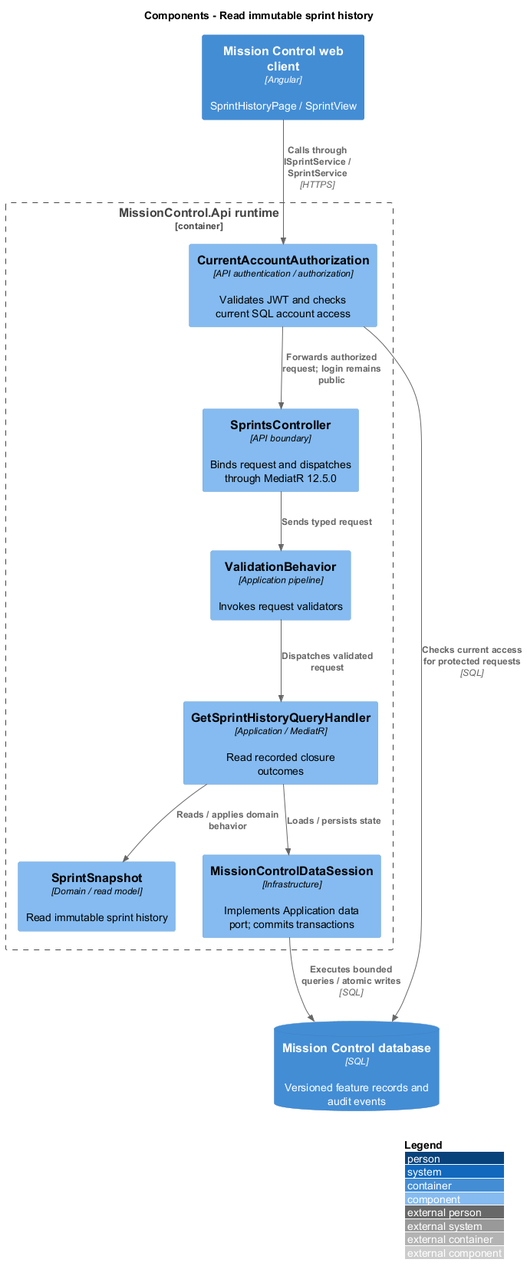
This is docs/detailed-designs/scrum/read-sprint-history/diagrams/c4-component.png from QuinntyneBrown/mission-control, a PlantUML export, as it was before one commit. Its diagram source:
```plantuml
@startuml
!include <C4/C4_Component>
LAYOUT_WITH_LEGEND()
title Components - Read immutable sprint history
Container(web, "Mission Control web client", "Angular", "SprintHistoryPage / SprintView")
ContainerDb(db, "Mission Control database", "SQL", "Versioned feature records and audit events")
Container_Boundary(api, "MissionControl.Api runtime") {
  Component(ctrl, "SprintsController", "API boundary", "Binds request and dispatches through MediatR 12.5.0")
  Component(access, "CurrentAccountAuthorization", "API authentication / authorization", "Validates JWT and checks current SQL account access")
  Component(validation, "ValidationBehavior", "Application pipeline", "Invokes request validators")
  Component(entity, "SprintSnapshot", "Domain / read model", "Read immutable sprint history")
  Component(store, "MissionControlDataSession", "Infrastructure", "Implements Application data port; commits transactions")
Rel(web, access, "Calls through ISprintService / SprintService", "HTTPS")
Rel(access, db, "Checks current access for protected requests", "SQL")
Rel(access, ctrl, "Forwards authorized request; login remains public")
Rel(ctrl, validation, "Sends typed request")
Component(h0, "GetSprintHistoryQueryHandler", "Application / MediatR", "Read recorded closure outcomes")
Rel(validation, h0, "Dispatches validated request")
Rel(h0, entity, "Reads / applies domain behavior")
Rel(h0, store, "Loads / persists state")
}
Rel(store, db, "Executes bounded queries / atomic writes", "SQL")
@enduml
```
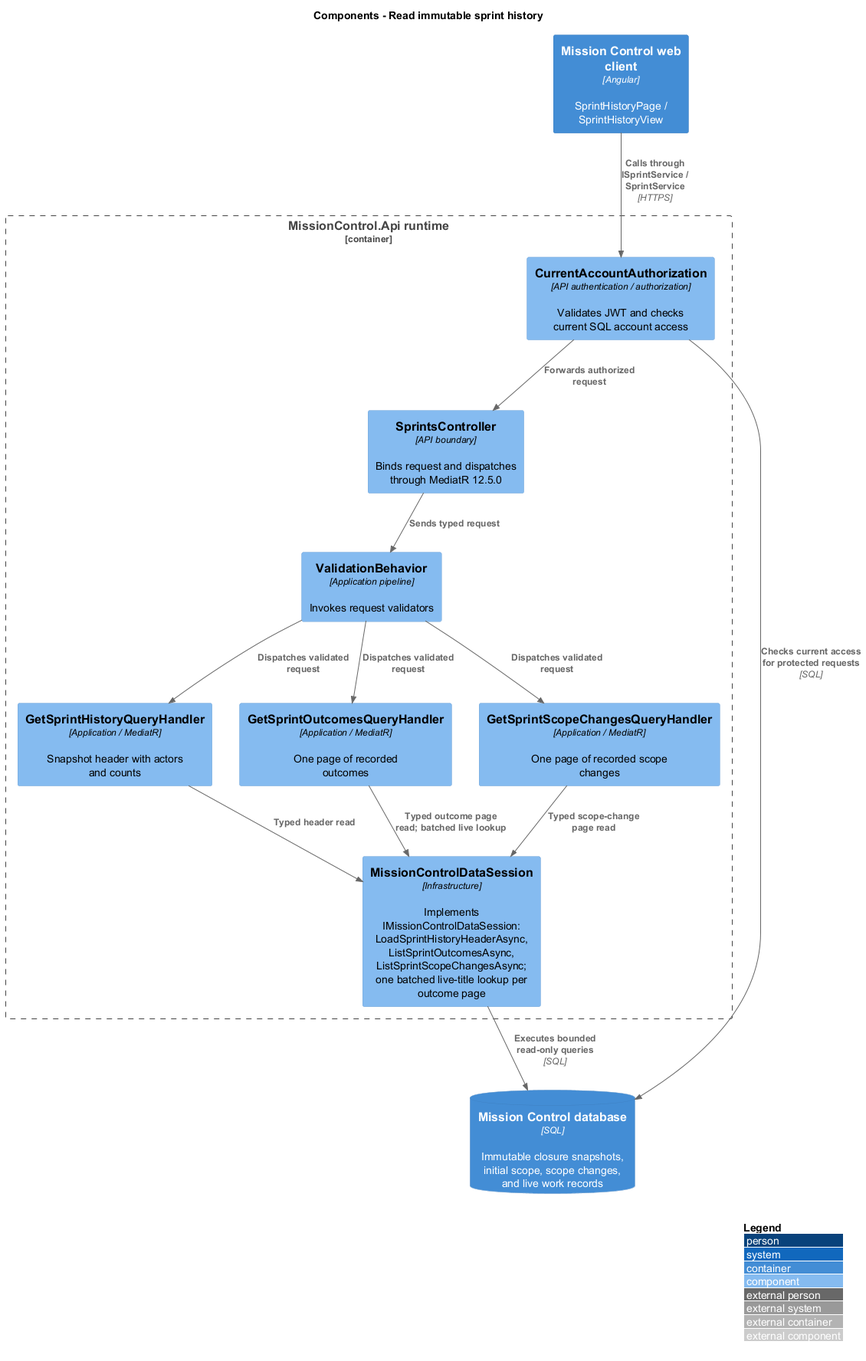
The same diagram one commit later.

Diff of the diagram source:
```diff
@@ -2,22 +2,26 @@
 !include <C4/C4_Component>
 LAYOUT_WITH_LEGEND()
 title Components - Read immutable sprint history
-Container(web, "Mission Control web client", "Angular", "SprintHistoryPage / SprintView")
-ContainerDb(db, "Mission Control database", "SQL", "Versioned feature records and audit events")
+Container(web, "Mission Control web client", "Angular", "SprintHistoryPage / SprintHistoryView")
+ContainerDb(db, "Mission Control database", "SQL", "Immutable closure snapshots, initial scope, scope changes, and live work records")
 Container_Boundary(api, "MissionControl.Api runtime") {
   Component(ctrl, "SprintsController", "API boundary", "Binds request and dispatches through MediatR 12.5.0")
   Component(access, "CurrentAccountAuthorization", "API authentication / authorization", "Validates JWT and checks current SQL account access")
   Component(validation, "ValidationBehavior", "Application pipeline", "Invokes request validators")
-  Component(entity, "SprintSnapshot", "Domain / read model", "Read immutable sprint history")
-  Component(store, "MissionControlDataSession", "Infrastructure", "Implements Application data port; commits transactions")
+  Component(store, "MissionControlDataSession", "Infrastructure", "Implements IMissionControlDataSession: LoadSprintHistoryHeaderAsync, ListSprintOutcomesAsync, ListSprintScopeChangesAsync; one batched live-title lookup per outcome page")
 Rel(web, access, "Calls through ISprintService / SprintService", "HTTPS")
 Rel(access, db, "Checks current access for protected requests", "SQL")
-Rel(access, ctrl, "Forwards authorized request; login remains public")
+Rel(access, ctrl, "Forwards authorized request")
 Rel(ctrl, validation, "Sends typed request")
-Component(h0, "GetSprintHistoryQueryHandler", "Application / MediatR", "Read recorded closure outcomes")
+Component(h0, "GetSprintHistoryQueryHandler", "Application / MediatR", "Snapshot header with actors and counts")
 Rel(validation, h0, "Dispatches validated request")
-Rel(h0, entity, "Reads / applies domain behavior")
-Rel(h0, store, "Loads / persists state")
+Rel(h0, store, "Typed header read")
+Component(h1, "GetSprintOutcomesQueryHandler", "Application / MediatR", "One page of recorded outcomes")
+Rel(validation, h1, "Dispatches validated request")
+Rel(h1, store, "Typed outcome page read; batched live lookup")
+Component(h2, "GetSprintScopeChangesQueryHandler", "Application / MediatR", "One page of recorded scope changes")
+Rel(validation, h2, "Dispatches validated request")
+Rel(h2, store, "Typed scope-change page read")
 }
-Rel(store, db, "Executes bounded queries / atomic writes", "SQL")
+Rel(store, db, "Executes bounded read-only queries", "SQL")
 @enduml
```
